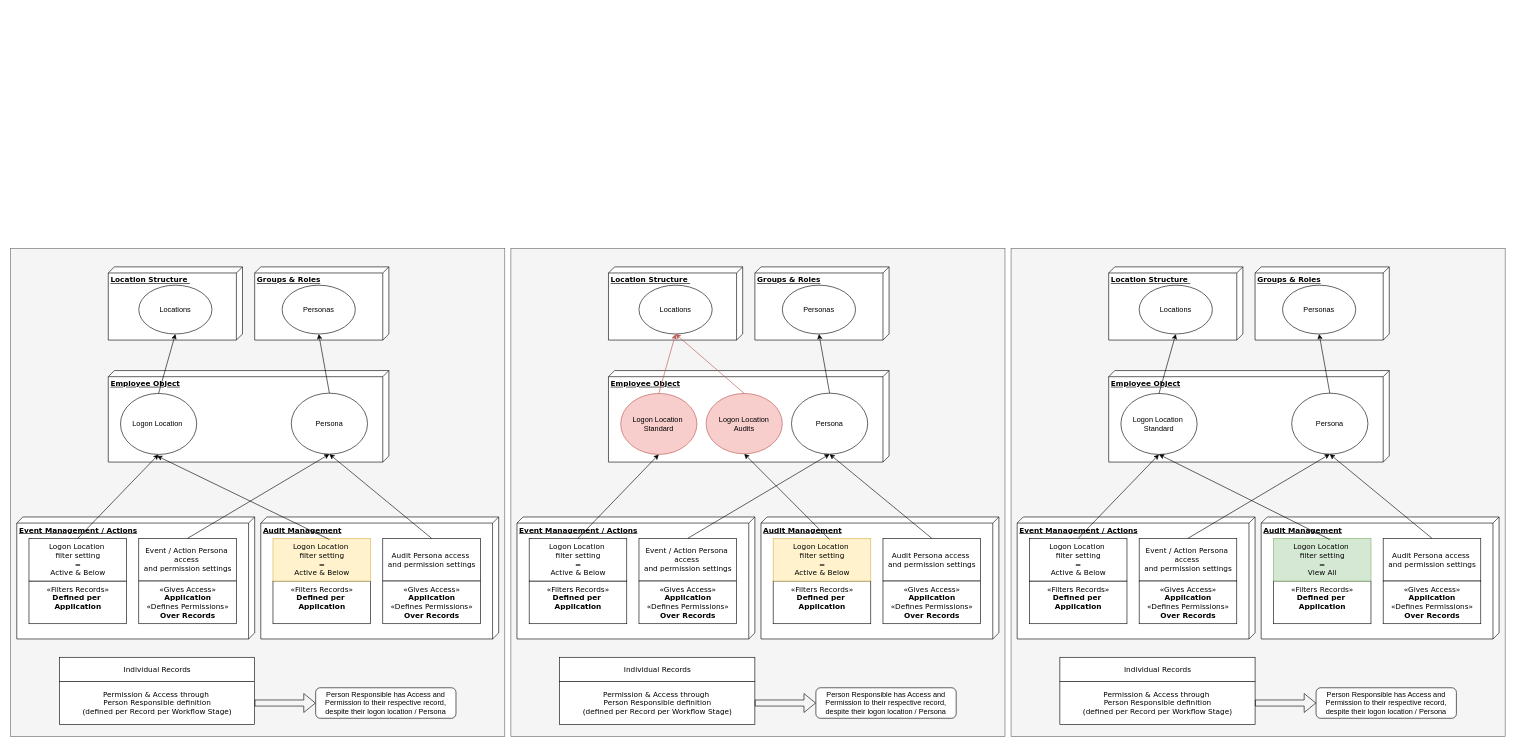
Earlier version of the draw.io diagram Untitled Diagram.drawio (MassiveSnake/draw_io_flowcharts). Source tidied: cells renumbered, new cells numbered last; positions are measured from the earlier drawing's top-left corner, leaving out a move shared by most shapes. Both pictures are drawn from the tidied source at 61%, with x=0, y=0 at pixel (10, 248).
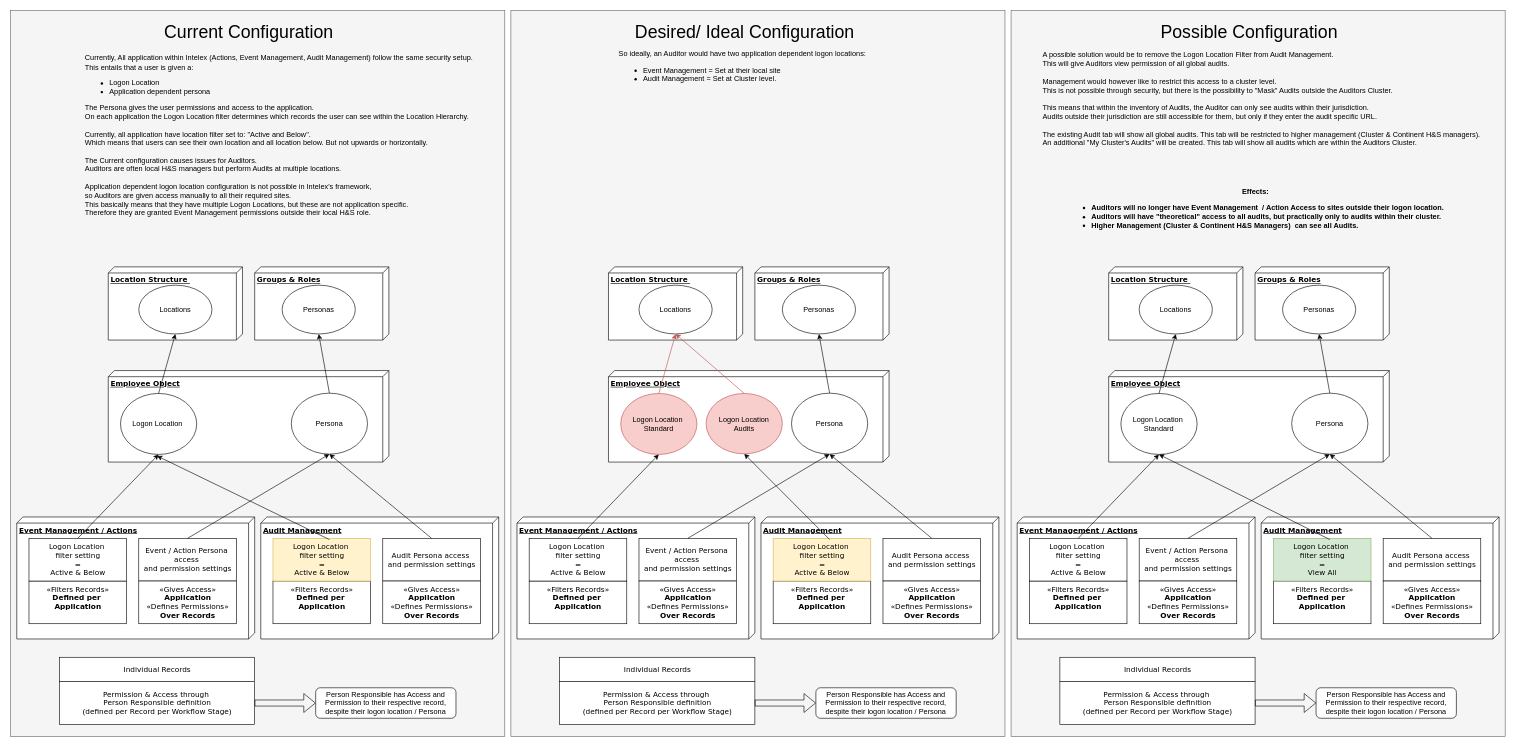
After the change.

Change to the diagram source:
```diff
@@
     <mxCell id="2" style="rounded=0;whiteSpace=wrap;html=1;fillColor=#f5f5f5;fontColor=#333333;strokeColor=#666666;" parent="1" vertex="1">
-      <mxGeometry x="1640" width="810" height="800" as="geometry" />
+      <mxGeometry x="1640" y="-390" width="810" height="1190" as="geometry" />
     </mxCell>
     <mxCell id="3" style="rounded=0;whiteSpace=wrap;html=1;fillColor=#f5f5f5;fontColor=#333333;strokeColor=#666666;" parent="1" vertex="1">
-      <mxGeometry x="820" width="810" height="800" as="geometry" />
+      <mxGeometry x="820" y="-390" width="810" height="1190" as="geometry" />
     </mxCell>
     <mxCell id="4" style="rounded=0;whiteSpace=wrap;html=1;fillColor=#f5f5f5;fontColor=#333333;strokeColor=#666666;" parent="1" vertex="1">
-      <mxGeometry width="810" height="800" as="geometry" />
+      <mxGeometry y="-390" width="810" height="1190" as="geometry" />
     </mxCell>
@@
+    <mxCell id="88" value="&lt;font style=&quot;font-size: 29px;&quot;&gt;Current Configuration&lt;/font&gt;" style="text;html=1;align=center;verticalAlign=middle;strokeColor=none;fillColor=none;" parent="1" vertex="1">
+      <mxGeometry x="240" y="-380" width="300" height="50" as="geometry" />
+    </mxCell>
+    <mxCell id="89" value="&lt;font style=&quot;font-size: 29px;&quot;&gt;Desired/ Ideal Configuration&lt;/font&gt;" style="text;html=1;align=center;verticalAlign=middle;strokeColor=none;fillColor=none;" parent="1" vertex="1">
+      <mxGeometry x="1012.5" y="-380" width="380" height="50" as="geometry" />
+    </mxCell>
+    <mxCell id="90" value="&lt;font style=&quot;font-size: 29px;&quot;&gt;Possible Configuration&lt;/font&gt;" style="text;html=1;align=center;verticalAlign=middle;strokeColor=none;fillColor=none;" parent="1" vertex="1">
+      <mxGeometry x="1875" y="-380" width="310" height="50" as="geometry" />
+    </mxCell>
+    <mxCell id="91" value="Currently, All application within Intelex (Actions, Event Management, Audit Management) follow the same security setup.&lt;div&gt;This entails that a user is given a:&lt;/div&gt;&lt;div&gt;&lt;ul&gt;&lt;li&gt;Logon Location&lt;/li&gt;&lt;li&gt;Application dependent persona&lt;/li&gt;&lt;/ul&gt;&lt;div&gt;The Persona gives the user permissions and access to the application.&amp;nbsp;&lt;/div&gt;&lt;div&gt;On each application the Logon Location filter determines which records the user can see within the Location Hierarchy.&lt;/div&gt;&lt;/div&gt;&lt;div&gt;&lt;br&gt;&lt;/div&gt;&lt;div&gt;Currently, all application have location filter set to: &quot;Active and Below&quot;.&amp;nbsp;&lt;/div&gt;&lt;div&gt;Which means that users can see their own location and all location below. But not upwards or horizontally.&lt;/div&gt;&lt;div&gt;&lt;br&gt;&lt;/div&gt;&lt;div&gt;The Current configuration causes issues for Auditors.&amp;nbsp;&lt;div&gt;Auditors are often local H&amp;amp;S managers but perform Audits at multiple locations.&amp;nbsp;&lt;div&gt;&lt;br&gt;&lt;/div&gt;&lt;/div&gt;&lt;/div&gt;&lt;div&gt;Application dependent logon location configuration is not possible in Intelex's framework,&amp;nbsp;&lt;/div&gt;&lt;div&gt;so Auditors are given access manually to all their required sites.&lt;/div&gt;&lt;div&gt;This basically means that they have multiple Logon Locations, but these are not application specific.&lt;/div&gt;&lt;div&gt;Therefore they are granted Event Management permissions outside their local H&amp;amp;S role.&lt;/div&gt;" style="text;html=1;align=left;verticalAlign=middle;strokeColor=none;fillColor=none;" parent="1" vertex="1">
+      <mxGeometry x="120" y="-325" width="660" height="280" as="geometry" />
+    </mxCell>
+    <mxCell id="92" value="&lt;div&gt;&amp;nbsp;&lt;div&gt;So ideally, an Auditor would have two application dependent logon locations:&lt;/div&gt;&lt;div&gt;&lt;ul&gt;&lt;li&gt;Event Management = Set at their local site&lt;/li&gt;&lt;li&gt;Audit Management = Set at Cluster level.&lt;/li&gt;&lt;/ul&gt;&lt;/div&gt;&lt;/div&gt;" style="text;html=1;align=left;verticalAlign=middle;strokeColor=none;fillColor=none;" parent="1" vertex="1">
+      <mxGeometry x="995" y="-350" width="430" height="100" as="geometry" />
+    </mxCell>
+    <mxCell id="93" value="&lt;div&gt;A possible solution would be to remove the Logon Location Filter from Audit Management.&amp;nbsp;&lt;/div&gt;&lt;div&gt;This will give Auditors view permission of all global audits.&amp;nbsp;&lt;/div&gt;&lt;div&gt;&lt;br&gt;&lt;/div&gt;&lt;div&gt;Management would however like to restrict this access to a cluster level.&lt;/div&gt;&lt;div&gt;This is not possible through security, but there is the possibility to &quot;Mask&quot; Audits outside the Auditors Cluster.&lt;/div&gt;&lt;div&gt;&lt;br&gt;&lt;/div&gt;&lt;div&gt;This means that within the inventory of Audits, the Auditor can only see audits within their jurisdiction.&lt;/div&gt;&lt;div&gt;Audits outside their jurisdiction are still accessible for them, but only if they enter the audit specific URL.&lt;/div&gt;&lt;div&gt;&lt;br&gt;&lt;/div&gt;&lt;div&gt;The existing Audit tab will show all global audits. This tab will be restricted to higher management (Cluster &amp;amp; Continent H&amp;amp;S managers).&lt;/div&gt;&lt;div&gt;An additional &quot;My Cluster's Audits&quot; will be created. This tab will show all audits which are within the Auditors Cluster.&amp;nbsp;&lt;/div&gt;" style="text;html=1;align=left;verticalAlign=middle;strokeColor=none;fillColor=none;" parent="1" vertex="1">
+      <mxGeometry x="1690" y="-330" width="740" height="170" as="geometry" />
+    </mxCell>
+    <mxCell id="94" value="&lt;div style=&quot;text-align: center;&quot;&gt;&lt;span style=&quot;background-color: initial;&quot;&gt;Effects:&lt;/span&gt;&lt;/div&gt;&lt;div&gt;&lt;ul&gt;&lt;li&gt;Auditors will no longer have Event Management&amp;nbsp; / Action Access to sites outside their logon location.&lt;/li&gt;&lt;li&gt;Auditors will have &quot;theoretical&quot; access to all audits, but practically only to audits within their cluster.&lt;/li&gt;&lt;li style=&quot;&quot;&gt;Higher Management (Cluster &amp;amp; Continent H&amp;amp;S Managers)&amp;nbsp; can see all Audits.&lt;/li&gt;&lt;/ul&gt;&lt;/div&gt;" style="text;html=1;align=left;verticalAlign=middle;strokeColor=none;fillColor=none;fontStyle=1;" parent="1" vertex="1">
+      <mxGeometry x="1730" y="-110" width="600" height="100" as="geometry" />
+    </mxCell>
```
